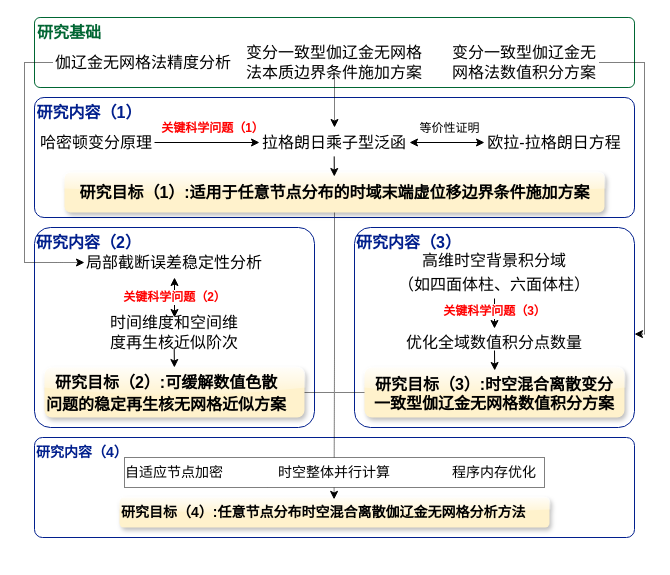
The draw.io diagram figures/roadmap.drawio in jmwjc/2025st, before the edit. Source tidied: cells renumbered, new cells numbered last; positions are measured from the earlier drawing's top-left corner, leaving out a move shared by most shapes. Both pictures are drawn from the tidied source at 100%, with x=0, y=0 at pixel (24, 17).
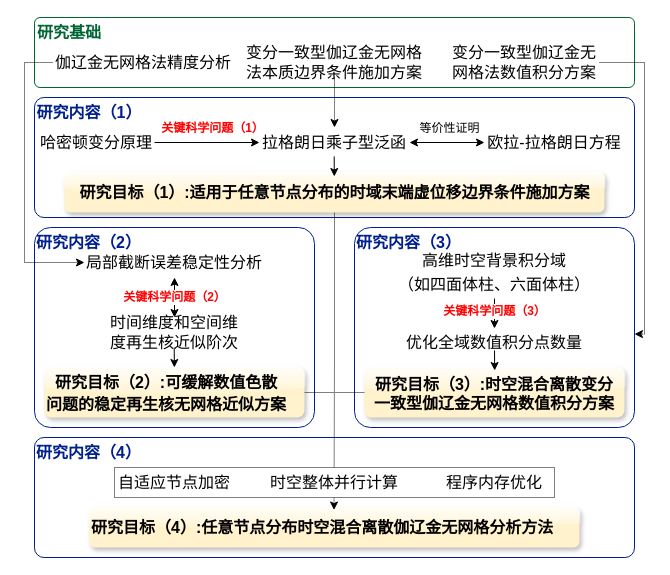
The same diagram, later.

Change to the diagram source:
```diff
@@
     <mxCell id="2" style="rounded=1;whiteSpace=wrap;html=1;arcSize=8;strokeColor=#011F8D;fillColor=none;" parent="1" vertex="1">
-      <mxGeometry x="10" y="420" width="600" height="100" as="geometry" />
+      <mxGeometry x="10" y="420" width="600" height="120" as="geometry" />
     </mxCell>
-    <mxCell id="3" value="&lt;font face=&quot;楷体_GB2312&quot; style=&quot;line-height: 150%;&quot;&gt;研究目标（4）:&lt;/font&gt;&lt;span style=&quot;background-color: transparent;&quot;&gt;任意节点分布时空混合离散伽辽金无网格分析方法&lt;/span&gt;" style="text;html=1;align=left;verticalAlign=middle;points=[];strokeColor=none;fillColor=#fff2cc;fontFamily=楷体_GB2312;fontStyle=1;rounded=1;glass=1;shadow=1;fontColor=#000000;fontSize=14;" parent="1" vertex="1">
-      <mxGeometry x="95" y="480" width="430" height="30" as="geometry" />
+    <mxCell id="3" value="&lt;font face=&quot;楷体_GB2312&quot; style=&quot;line-height: 150%;&quot;&gt;研究目标（4）:&lt;/font&gt;&lt;span style=&quot;background-color: transparent;&quot;&gt;任意节点分布时空混合离散伽辽金无网格分析方法&lt;/span&gt;" style="text;html=1;align=left;verticalAlign=middle;points=[];strokeColor=none;fillColor=#fff2cc;fontFamily=楷体_GB2312;fontStyle=1;rounded=1;glass=1;shadow=1;fontColor=#000000;fontSize=16;" parent="1" vertex="1">
+      <mxGeometry x="65" y="490" width="490" height="40" as="geometry" />
     </mxCell>
@@
     <mxCell id="5" style="rounded=0;whiteSpace=wrap;html=1;fontColor=none;noLabel=1;fillColor=default;dashed=1;dashPattern=1 1;" parent="1" vertex="1">
-      <mxGeometry x="100" y="440" width="420" height="30" as="geometry" />
+      <mxGeometry x="90" y="450" width="440" height="30" as="geometry" />
     </mxCell>
@@
-    <mxCell id="20" value="程序内存优化" style="text;html=1;align=center;verticalAlign=middle;whiteSpace=wrap;rounded=0;fontFamily=楷体_GB2312;fontSize=14;" parent="1" vertex="1">
-      <mxGeometry x="425" y="440" width="90" height="30" as="geometry" />
+    <mxCell id="20" value="程序内存优化" style="text;html=1;align=center;verticalAlign=middle;whiteSpace=wrap;rounded=0;fontFamily=楷体_GB2312;fontSize=16;" parent="1" vertex="1">
+      <mxGeometry x="420" y="450" width="100" height="30" as="geometry" />
     </mxCell>
-    <mxCell id="21" value="自适应节点加密" style="text;html=1;align=center;verticalAlign=middle;whiteSpace=wrap;rounded=0;fontFamily=楷体_GB2312;fontSize=14;" parent="1" vertex="1">
-      <mxGeometry x="100" y="440" width="100" height="30" as="geometry" />
+    <mxCell id="21" value="自适应节点加密" style="text;html=1;align=center;verticalAlign=middle;whiteSpace=wrap;rounded=0;fontFamily=楷体_GB2312;fontSize=16;" parent="1" vertex="1">
+      <mxGeometry x="90" y="450" width="120" height="30" as="geometry" />
     </mxCell>
-    <mxCell id="22" value="时空整体并行计算" style="text;html=1;align=center;verticalAlign=middle;whiteSpace=wrap;rounded=0;fontFamily=楷体_GB2312;fontSize=14;" parent="1" vertex="1">
-      <mxGeometry x="250" y="440" width="120" height="30" as="geometry" />
+    <mxCell id="22" value="时空整体并行计算" style="text;html=1;align=center;verticalAlign=middle;whiteSpace=wrap;rounded=0;fontFamily=楷体_GB2312;fontSize=16;" parent="1" vertex="1">
+      <mxGeometry x="240" y="450" width="140" height="30" as="geometry" />
     </mxCell>
@@
-    <mxCell id="43" value="研究内容（4）" style="text;html=1;align=left;verticalAlign=middle;strokeColor=none;fillColor=none;fontFamily=楷体_GB2312;fontStyle=1;fontColor=#011F8D;spacing=2;horizontal=1;spacingTop=0;fontSize=14;" parent="1" vertex="1">
-      <mxGeometry x="10" y="420" width="110" height="30" as="geometry" />
+    <mxCell id="43" value="研究内容（4）" style="text;html=1;align=left;verticalAlign=middle;strokeColor=none;fillColor=none;fontFamily=楷体_GB2312;fontStyle=1;fontColor=#011F8D;spacing=2;horizontal=1;spacingTop=0;fontSize=16;" parent="1" vertex="1">
+      <mxGeometry x="10" y="420" width="130" height="30" as="geometry" />
     </mxCell>
```
